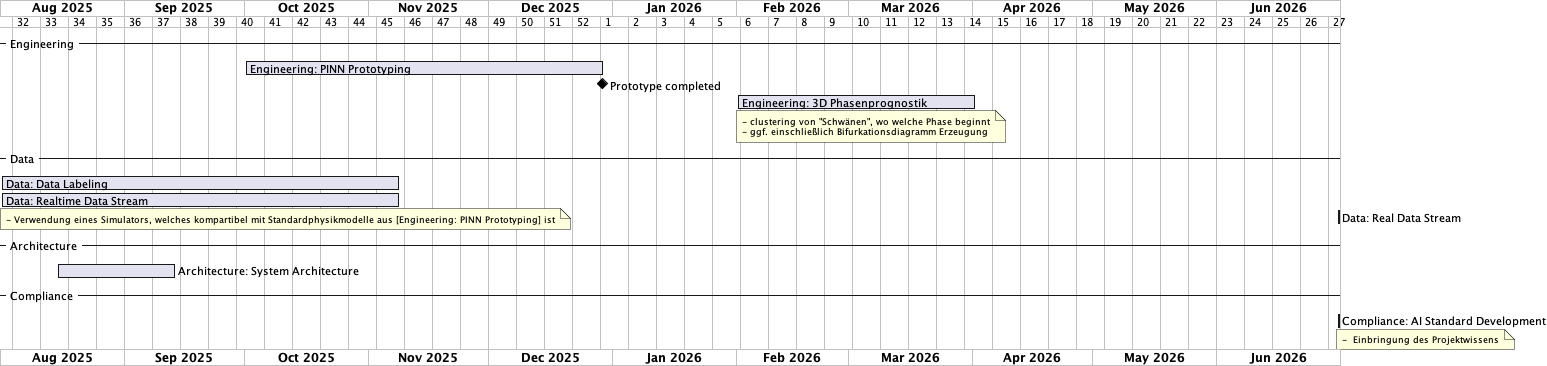
This is out/doc/project_planning/project_planning.png from Jan-Piotraschke/Schwanensee, a PlantUML export, as it was before one commit. Source of this version:
```plantuml
@startgantt
Project starts 2025-08-01

printscale weekly

-- Engineering --

[Engineering: PINN Prototyping] starts 2025-10-01
[Engineering: PINN Prototyping] requires 90 days

[Prototype completed] happens at [Engineering: PINN Prototyping]'s end

[Engineering: 3D Phasenprognostik] requires 60 days
note bottom
  - clustering von "Schwänen", wo welche Phase beginnt
  - ggf. einschließlich Bifurkationsdiagramm Erzeugung
end note
[Engineering: 3D Phasenprognostik] starts at 2026-02-01

-- Data --

[Data: Data Labeling] starts 2025-08-01
[Data: Data Labeling] requires 100 days

[Data: Realtime Data Stream] starts 2025-08-01
[Data: Realtime Data Stream] requires 100 days
note bottom
  - Verwendung eines Simulators, welches kompartibel mit Standardphysikmodelle aus [Engineering: PINN Prototyping] ist
end note

[Data: Real Data Stream] starts 2026-07-01

-- Architecture --

[Architecture: System Architecture] starts 2025-08-15 and lasts 30 days

-- Compliance --

[Compliance: AI Standard Development] starts 2026-07-01
note bottom
  -  Einbringung des Projektwissens
end note

@endgantt
```
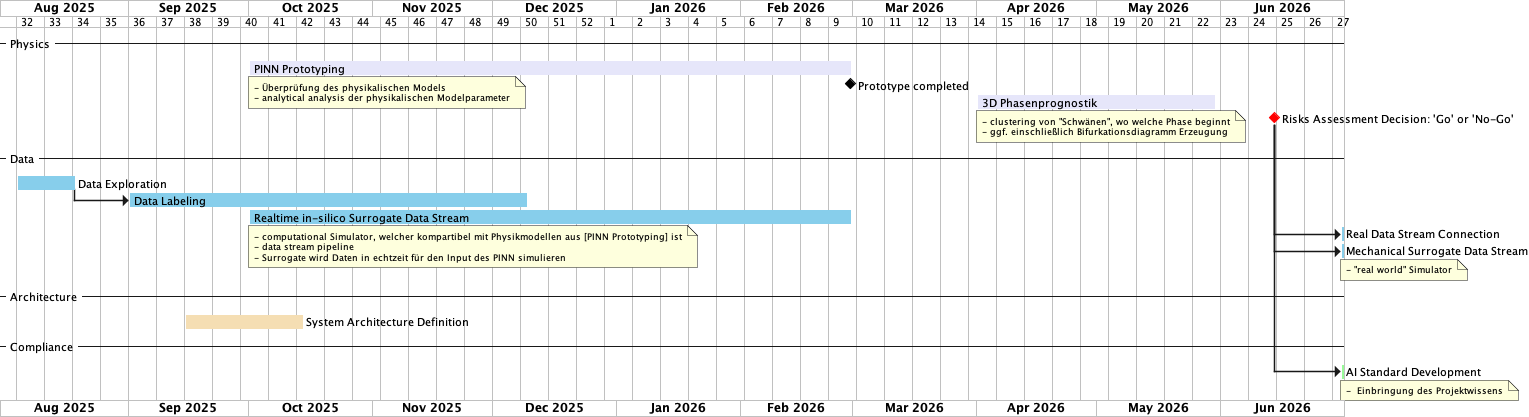
Later version of the same file.

The edit, as a diff of the source:
```diff
@@ -1,42 +1,67 @@
 @startgantt
-Project starts 2025-08-01
+Project starts 2025-08-0
 
 printscale weekly
 
--- Engineering --
+-- Physics --
 
-[Engineering: PINN Prototyping] starts 2025-10-01
-[Engineering: PINN Prototyping] requires 90 days
+[PINN Prototyping] starts 2025-10-01 and ends 2026-02-28
+[PINN Prototyping] is colored in Lavender
+note bottom
+  - Überprüfung des physikalischen Models
+  - analytical analysis der physikalischen Modelparameter
+end note
 
-[Prototype completed] happens at [Engineering: PINN Prototyping]'s end
+[Prototype completed] happens at [PINN Prototyping]'s end
 
-[Engineering: 3D Phasenprognostik] requires 60 days
+[3D Phasenprognostik] starts at 2026-04-01 and requires 60 days
+[3D Phasenprognostik] is colored in Lavender
 note bottom
   - clustering von "Schwänen", wo welche Phase beginnt
   - ggf. einschließlich Bifurkationsdiagramm Erzeugung
 end note
-[Engineering: 3D Phasenprognostik] starts at 2026-02-01
+
+[Risks Assessment Decision: 'Go' or 'No-Go'] happens 15 days after [3D Phasenprognostik]'s end
+[Risks Assessment Decision: 'Go' or 'No-Go'] is colored in Red
 
 -- Data --
 
-[Data: Data Labeling] starts 2025-08-01
-[Data: Data Labeling] requires 100 days
+[Data Exploration] starts 2025-08-04 and requires 15 days
+[Data Exploration] is colored in SkyBlue
 
-[Data: Realtime Data Stream] starts 2025-08-01
-[Data: Realtime Data Stream] requires 100 days
+[Data Labeling] starts after [Data Exploration]'s end
+[Data Labeling] starts 2025-09-01 and requires 100 days
+[Data Labeling] is colored in SkyBlue
+
+[Realtime in-silico Surrogate Data Stream] starts 2025-10-01 and ends 2026-02-28
+[Realtime in-silico Surrogate Data Stream] is colored in SkyBlue
 note bottom
-  - Verwendung eines Simulators, welches kompartibel mit Standardphysikmodelle aus [Engineering: PINN Prototyping] ist
+  - computational Simulator, welcher kompartibel mit Physikmodellen aus [PINN Prototyping] ist
+  - data stream pipeline
+  - Surrogate wird Daten in echtzeit für den Input des PINN simulieren
 end note
 
-[Data: Real Data Stream] starts 2026-07-01
+[Real Data Stream Connection] starts after [Risks Assessment Decision: 'Go' or 'No-Go']'s end
+[Real Data Stream Connection] starts 2026-07-01
+[Real Data Stream Connection] is colored in SkyBlue
+
+[Mechanical Surrogate Data Stream] starts after [Risks Assessment Decision: 'Go' or 'No-Go']'s end
+[Mechanical Surrogate Data Stream] starts 2026-07-01
+[Mechanical Surrogate Data Stream] is colored in SkyBlue
+note bottom
+  - "real world" Simulator
+end note
 
 -- Architecture --
 
-[Architecture: System Architecture] starts 2025-08-15 and lasts 30 days
+[System Architecture Definition] starts 2025-09-15 and requires 30 days
+[System Architecture Definition] is colored in Wheat
 
 -- Compliance --
 
-[Compliance: AI Standard Development] starts 2026-07-01
+[AI Standard Development] starts after [Risks Assessment Decision: 'Go' or 'No-Go']'s end
+[AI Standard Development] starts 2026-07-01
+[AI Standard Development] is colored in PaleGreen
 note bottom
   -  Einbringung des Projektwissens
 end note
```
